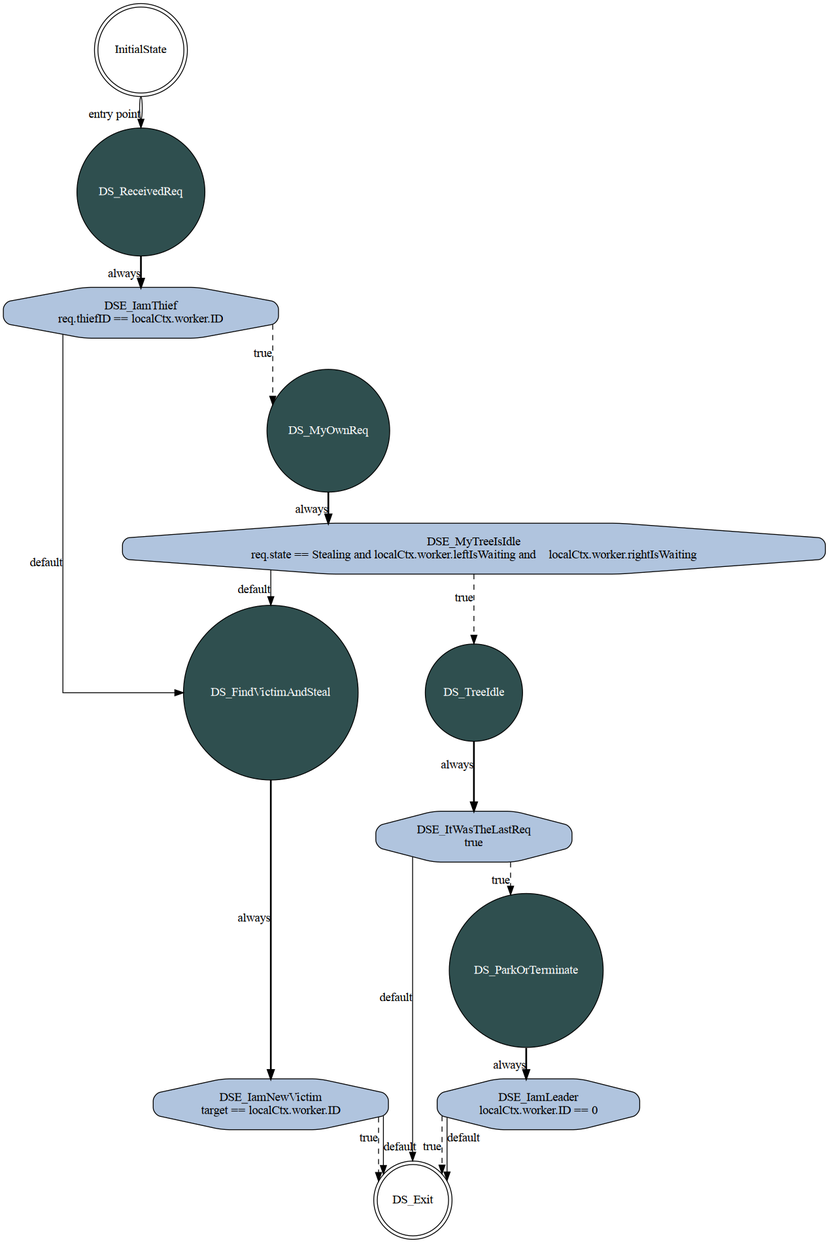
Before: weave/state_machines/decline_thief.png, a diagram exported from Graphviz (mratsim/weave). Its source is kept beside it as weave/state_machines/decline_thief.dot. Its diagram source:
```dot
digraph declineReqFSA{
    splines=ortho;
    node [shape = doublecircle]; InitialState DS_Exit;
    node [shape = circle, fontcolor=white, fillcolor=darkslategrey, style="filled"]; DS_ParkOrTerminate DS_ReceivedReq DS_FindVictimAndSteal DS_MyOwnReq DS_TreeIdle;
    InitialState -> DS_ReceivedReq [color="black:invis:black", xlabel="entry point"];
    node [shape = octagon, fontcolor=black, fillcolor=lightsteelblue, style="rounded,filled"]; DS_ParkOrTerminate_DSE_IamLeader DS_ReceivedReq_DSE_IamThief DS_FindVictimAndSteal_DSE_IamNewVictim DS_MyOwnReq_DSE_MyTreeIsIdle DS_TreeIdle_DSE_ItWasTheLastReq ;
    DS_ParkOrTerminate_DSE_IamLeader [label="DSE_IamLeader\nlocalCtx.worker.ID == 0"];
    DS_ReceivedReq_DSE_IamThief [label="DSE_IamThief\nreq.thiefID == localCtx.worker.ID"];
    DS_FindVictimAndSteal_DSE_IamNewVictim [label="DSE_IamNewVictim\ntarget == localCtx.worker.ID"];
    DS_MyOwnReq_DSE_MyTreeIsIdle [label="DSE_MyTreeIsIdle\nreq.state == Stealing and localCtx.worker.leftIsWaiting and    localCtx.worker.rightIsWaiting"];
    DS_TreeIdle_DSE_ItWasTheLastReq [label="DSE_ItWasTheLastReq\ntrue"];
    DS_ParkOrTerminate -> DS_ParkOrTerminate_DSE_IamLeader[style=bold, xlabel="always"];
    DS_ParkOrTerminate_DSE_IamLeader -> DS_Exit [style=dashed, xlabel="true"];
    DS_ParkOrTerminate_DSE_IamLeader -> DS_Exit [xlabel="default"];
    DS_ReceivedReq -> DS_ReceivedReq_DSE_IamThief[style=bold, xlabel="always"];
    DS_ReceivedReq_DSE_IamThief -> DS_MyOwnReq [style=dashed, xlabel="true"];
    DS_ReceivedReq_DSE_IamThief -> DS_FindVictimAndSteal [xlabel="default"];
    DS_FindVictimAndSteal -> DS_FindVictimAndSteal_DSE_IamNewVictim[style=bold, xlabel="always"];
    DS_FindVictimAndSteal_DSE_IamNewVictim -> DS_Exit [style=dashed, xlabel="true"];
    DS_FindVictimAndSteal_DSE_IamNewVictim -> DS_Exit [xlabel="default"];
    DS_MyOwnReq -> DS_MyOwnReq_DSE_MyTreeIsIdle[style=bold, xlabel="always"];
    DS_MyOwnReq_DSE_MyTreeIsIdle -> DS_TreeIdle [style=dashed, xlabel="true"];
    DS_MyOwnReq_DSE_MyTreeIsIdle -> DS_FindVictimAndSteal [xlabel="default"];
    DS_TreeIdle -> DS_TreeIdle_DSE_ItWasTheLastReq[style=bold, xlabel="always"];
    DS_TreeIdle_DSE_ItWasTheLastReq -> DS_ParkOrTerminate [style=dashed, xlabel="true"];
    DS_TreeIdle_DSE_ItWasTheLastReq -> DS_Exit [xlabel="default"];
}
```
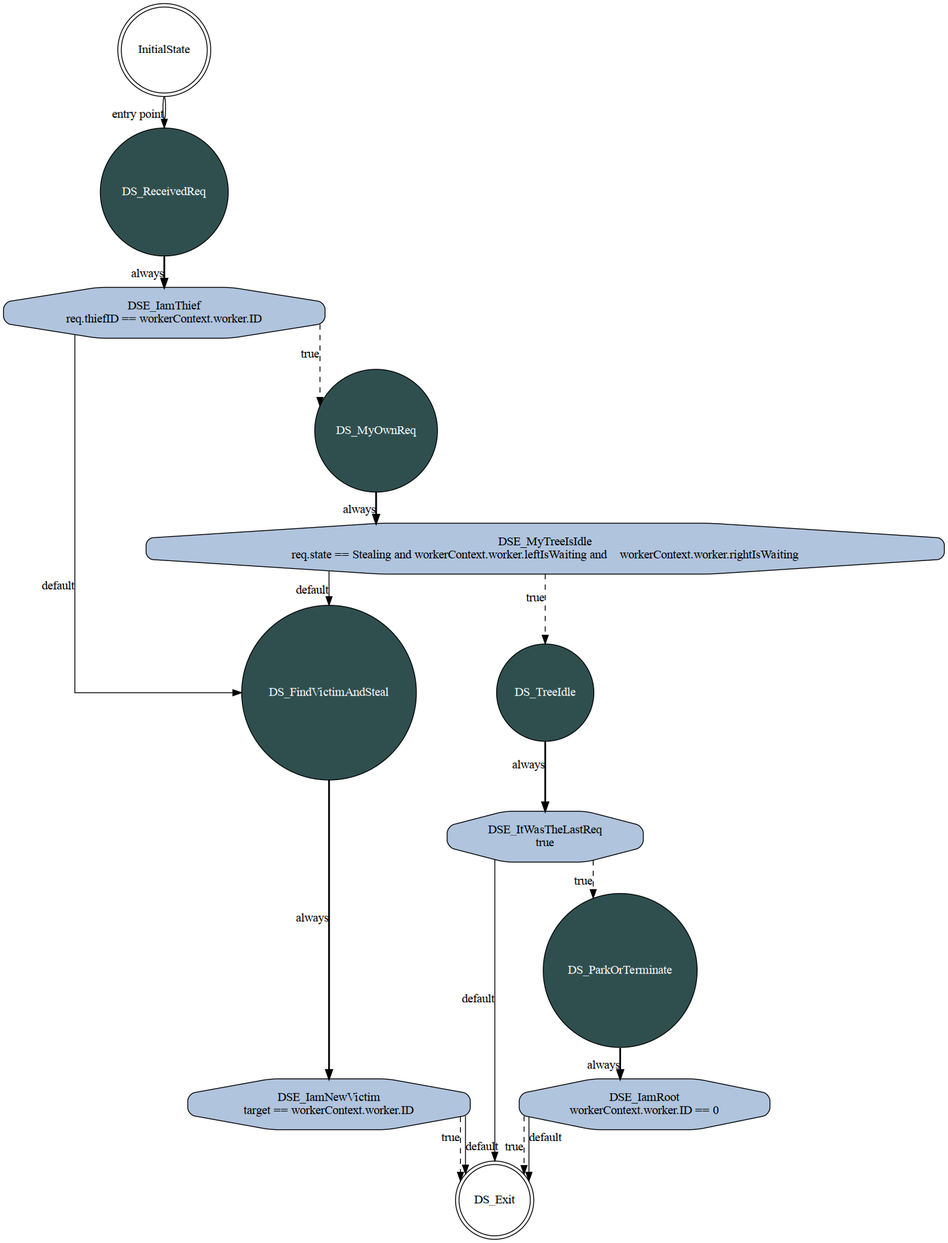
After the change.

Diff of the diagram source:
```diff
@@ -3,15 +3,15 @@
     node [shape = doublecircle]; InitialState DS_Exit;
     node [shape = circle, fontcolor=white, fillcolor=darkslategrey, style="filled"]; DS_ParkOrTerminate DS_ReceivedReq DS_FindVictimAndSteal DS_MyOwnReq DS_TreeIdle;
     InitialState -> DS_ReceivedReq [color="black:invis:black", xlabel="entry point"];
-    node [shape = octagon, fontcolor=black, fillcolor=lightsteelblue, style="rounded,filled"]; DS_ParkOrTerminate_DSE_IamLeader DS_ReceivedReq_DSE_IamThief DS_FindVictimAndSteal_DSE_IamNewVictim DS_MyOwnReq_DSE_MyTreeIsIdle DS_TreeIdle_DSE_ItWasTheLastReq ;
-    DS_ParkOrTerminate_DSE_IamLeader [label="DSE_IamLeader\nlocalCtx.worker.ID == 0"];
-    DS_ReceivedReq_DSE_IamThief [label="DSE_IamThief\nreq.thiefID == localCtx.worker.ID"];
-    DS_FindVictimAndSteal_DSE_IamNewVictim [label="DSE_IamNewVictim\ntarget == localCtx.worker.ID"];
-    DS_MyOwnReq_DSE_MyTreeIsIdle [label="DSE_MyTreeIsIdle\nreq.state == Stealing and localCtx.worker.leftIsWaiting and    localCtx.worker.rightIsWaiting"];
+    node [shape = octagon, fontcolor=black, fillcolor=lightsteelblue, style="rounded,filled"]; DS_ParkOrTerminate_DSE_IamRoot DS_ReceivedReq_DSE_IamThief DS_FindVictimAndSteal_DSE_IamNewVictim DS_MyOwnReq_DSE_MyTreeIsIdle DS_TreeIdle_DSE_ItWasTheLastReq ;
+    DS_ParkOrTerminate_DSE_IamRoot [label="DSE_IamRoot\nworkerContext.worker.ID == 0"];
+    DS_ReceivedReq_DSE_IamThief [label="DSE_IamThief\nreq.thiefID == workerContext.worker.ID"];
+    DS_FindVictimAndSteal_DSE_IamNewVictim [label="DSE_IamNewVictim\ntarget == workerContext.worker.ID"];
+    DS_MyOwnReq_DSE_MyTreeIsIdle [label="DSE_MyTreeIsIdle\nreq.state == Stealing and workerContext.worker.leftIsWaiting and    workerContext.worker.rightIsWaiting"];
     DS_TreeIdle_DSE_ItWasTheLastReq [label="DSE_ItWasTheLastReq\ntrue"];
-    DS_ParkOrTerminate -> DS_ParkOrTerminate_DSE_IamLeader[style=bold, xlabel="always"];
-    DS_ParkOrTerminate_DSE_IamLeader -> DS_Exit [style=dashed, xlabel="true"];
-    DS_ParkOrTerminate_DSE_IamLeader -> DS_Exit [xlabel="default"];
+    DS_ParkOrTerminate -> DS_ParkOrTerminate_DSE_IamRoot[style=bold, xlabel="always"];
+    DS_ParkOrTerminate_DSE_IamRoot -> DS_Exit [style=dashed, xlabel="true"];
+    DS_ParkOrTerminate_DSE_IamRoot -> DS_Exit [xlabel="default"];
     DS_ReceivedReq -> DS_ReceivedReq_DSE_IamThief[style=bold, xlabel="always"];
     DS_ReceivedReq_DSE_IamThief -> DS_MyOwnReq [style=dashed, xlabel="true"];
     DS_ReceivedReq_DSE_IamThief -> DS_FindVictimAndSteal [xlabel="default"];
```
